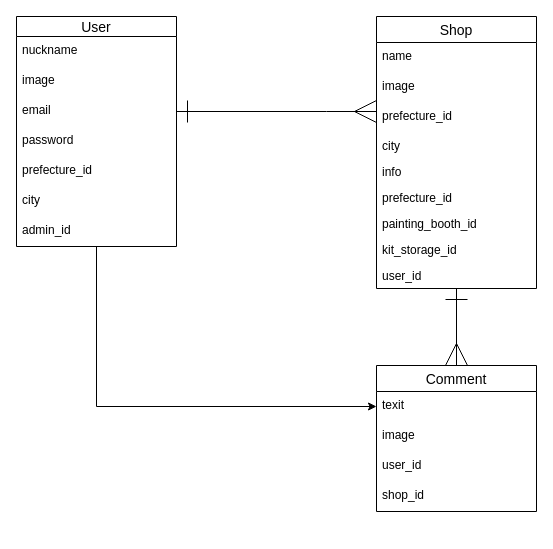
Before: model_space.dio in TsunokakeTaiki/model_space, a draw.io diagram. Source tidied: cells renumbered, new cells numbered last; positions are measured from the earlier drawing's top-left corner, leaving out a move shared by most shapes. Both pictures are drawn from the tidied source at 100%, with x=0, y=0 at pixel (16, 16).
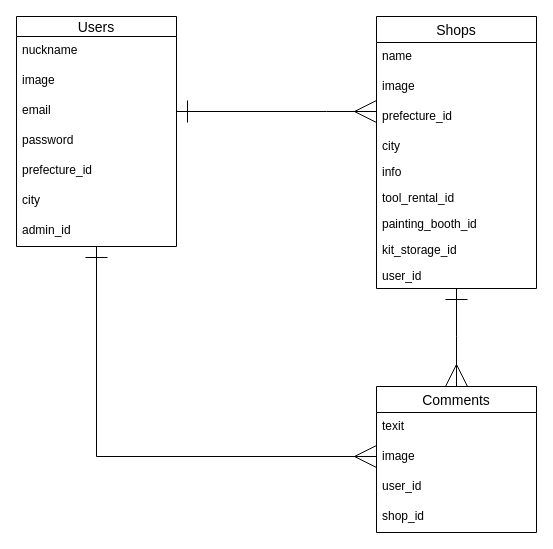
The same page after the edit.

Commit message (it also covers changes not shown here):
ER図とREADMEの修正

Diff of the diagram source:
```diff
@@
-    <mxCell id="2" style="edgeStyle=orthogonalEdgeStyle;rounded=0;jettySize=auto;html=1;" parent="1" edge="1" source="3" target="22">
+    <mxCell id="2" style="edgeStyle=orthogonalEdgeStyle;rounded=0;jettySize=auto;html=1;endSize=20;endArrow=ERmany;endFill=0;startSize=20;startArrow=ERone;startFill=0;" parent="1" edge="1" source="3" target="22">
       <mxGeometry relative="1" as="geometry">
         <Array as="points">
-          <mxPoint x="80" y="390" />
+          <mxPoint x="80" y="440" />
         </Array>
       </mxGeometry>
     </mxCell>
-    <mxCell id="3" value="User" style="swimlane;fontStyle=0;horizontal=1;startSize=20;align=center;fontSize=14;" parent="1" vertex="1">
+    <mxCell id="3" value="Users" style="swimlane;fontStyle=0;horizontal=1;startSize=20;align=center;fontSize=14;" parent="1" vertex="1">
       <mxGeometry width="160" height="230" as="geometry" />
     </mxCell>
@@
-    <mxCell id="11" value="Shop" style="swimlane;fontStyle=0;horizontal=1;startSize=26;align=center;fontSize=14;" parent="1" vertex="1">
+    <mxCell id="11" value="Shops" style="swimlane;fontStyle=0;horizontal=1;startSize=26;align=center;fontSize=14;" parent="1" vertex="1">
       <mxGeometry x="360" width="160" height="272" as="geometry" />
     </mxCell>
@@
-    <mxCell id="17" value="prefecture_id" style="text;strokeColor=none;fillColor=none;spacingLeft=4;spacingRight=4;overflow=hidden;fontSize=12;" parent="11" vertex="1">
-      <mxGeometry y="168" width="160" height="26" as="geometry" />
-    </mxCell>
+    <mxCell id="28" value="tool_rental_id" style="text;strokeColor=none;fillColor=none;spacingLeft=4;spacingRight=4;overflow=hidden;fontSize=12;" parent="11" vertex="1">
+      <mxGeometry y="168" width="160" height="26" as="geometry" />
+    </mxCell>
@@
     <mxCell id="21" style="edgeStyle=orthogonalEdgeStyle;rounded=0;jettySize=auto;html=1;exitX=0.5;exitY=0;exitDx=0;exitDy=0;endArrow=ERone;endFill=0;endSize=20;startSize=20;startArrow=ERmany;startFill=0;" parent="1" edge="1" source="22" target="11">
-      <mxGeometry relative="1" as="geometry" />
+      <mxGeometry relative="1" as="geometry">
+        <Array as="points">
+          <mxPoint x="440" y="320" />
+          <mxPoint x="440" y="320" />
+        </Array>
+      </mxGeometry>
     </mxCell>
-    <mxCell id="22" value="Comment" style="swimlane;fontStyle=0;horizontal=1;startSize=26;align=center;fontSize=14;" parent="1" vertex="1">
-      <mxGeometry x="360" y="349" width="160" height="146" as="geometry" />
+    <mxCell id="22" value="Comments" style="swimlane;fontStyle=0;horizontal=1;startSize=26;align=center;fontSize=14;" parent="1" vertex="1">
+      <mxGeometry x="360" y="370" width="160" height="146" as="geometry" />
     </mxCell>
```
